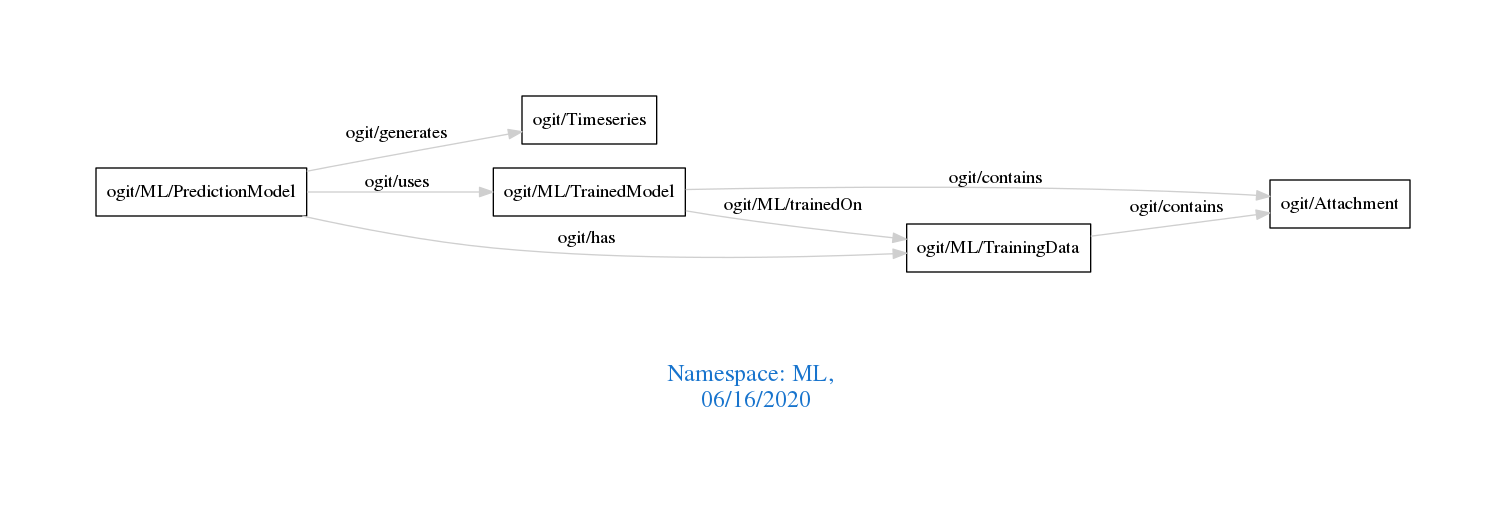
Earlier version of the Graphviz export downloads/ML.png (arago/OGIT). Its source is kept beside it as downloads/ML.dot.
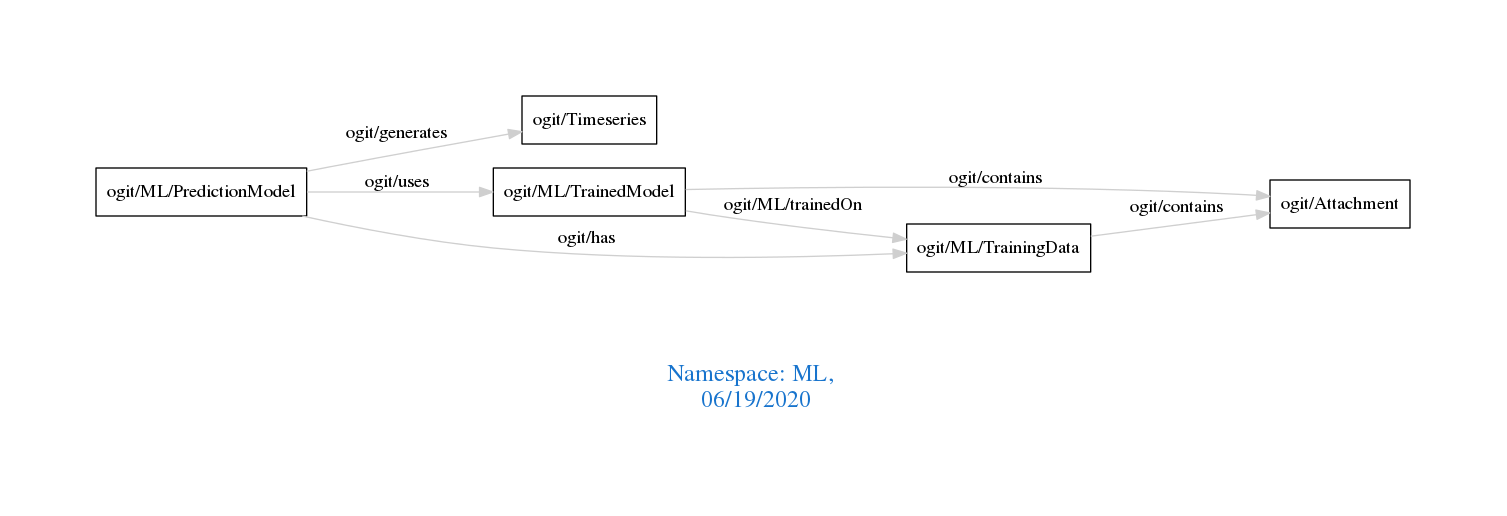
Later version of the same file.

What changed in the source:
```diff
@@ -1,7 +1,7 @@
 digraph OGIT_ontology {
  graph [ rankdir= LR,pad=1
 fontsize = 18,
-fontcolor= dodgerblue3,label = "\n\n\nNamespace: ML, \n 06/16/2020"];
+fontcolor= dodgerblue3,label = "\n\n\nNamespace: ML, \n 06/19/2020"];
 node[shape=polygon];
 edge [  color="gray81"];
 
```
